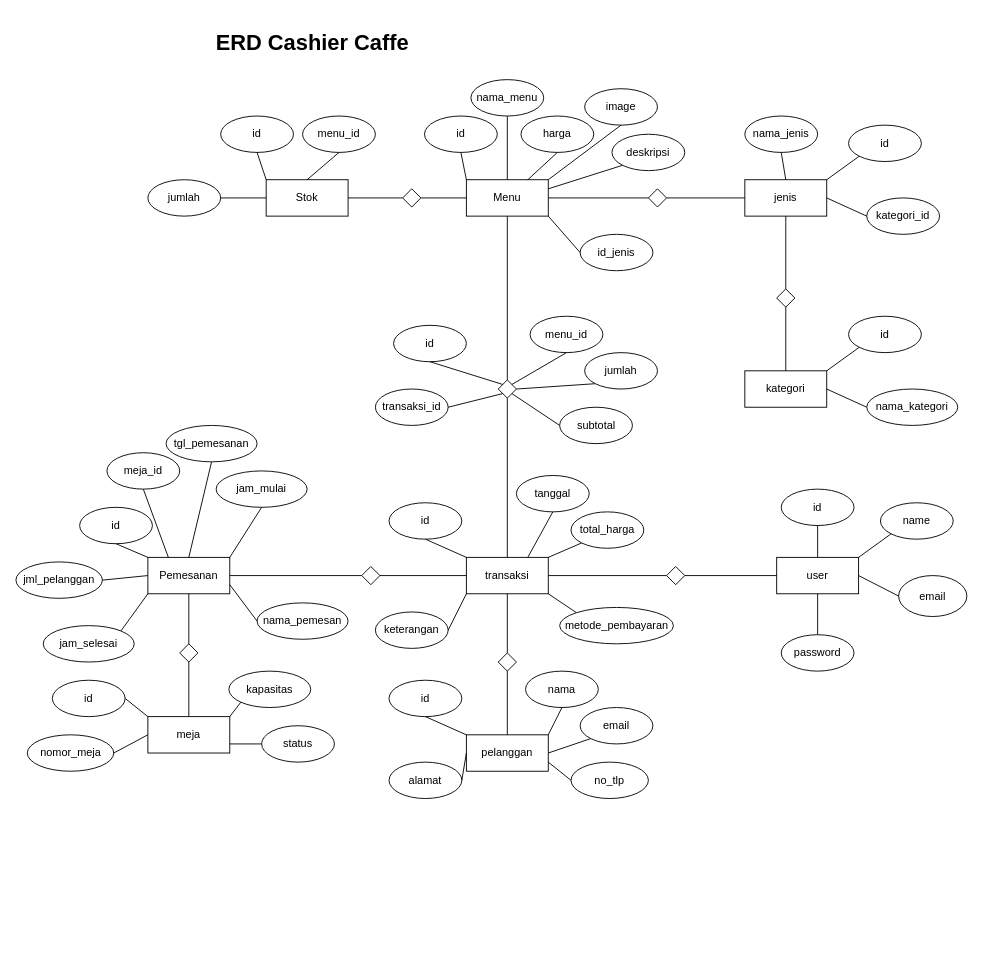
The draw.io diagram page "erd" (2 of 2) of usecase.drawio in annrdhjn/drawio, before the edit. Source tidied: cells renumbered, new cells numbered last; positions are measured from the earlier drawing's top-left corner, leaving out a move shared by most shapes. Both pictures are drawn from the tidied source at 91%, with x=0, y=0 at pixel (15, 25).
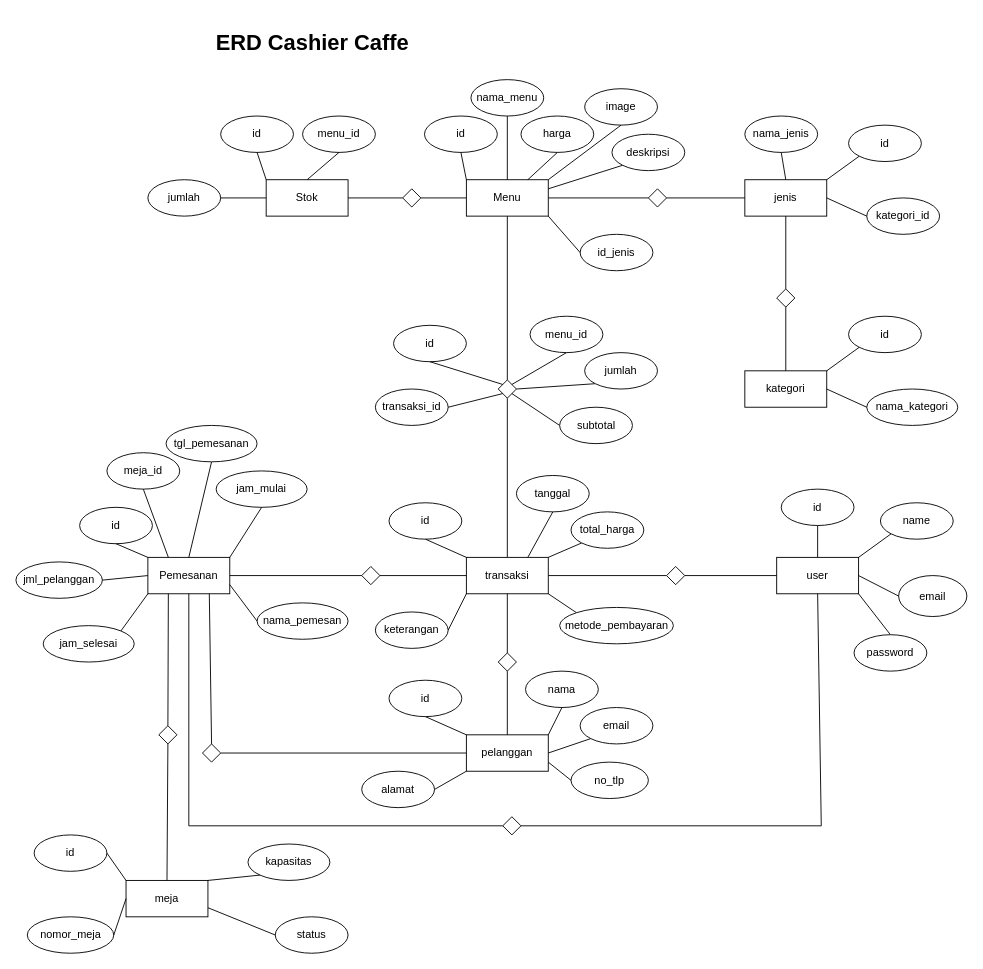
The same page after the edit.

Unchanged cells that the change refers to:
```xml
<mxCell id="44" value="Pemesanan" style="html=1;whiteSpace=wrap;" parent="1" vertex="1">
  <mxGeometry x="145" y="585" width="90" height="40" as="geometry" />
</mxCell>
<mxCell id="97" value="pelanggan" style="html=1;whiteSpace=wrap;" parent="1" vertex="1">
  <mxGeometry x="495" y="780" width="90" height="40" as="geometry" />
</mxCell>
<mxCell id="112" value="user" style="html=1;whiteSpace=wrap;" parent="1" vertex="1">
  <mxGeometry x="836" y="585" width="90" height="40" as="geometry" />
</mxCell>
```

What changed in the source:
```diff
@@
-    <mxCell id="59" style="endArrow=none;html=1;rounded=0;exitX=0.5;exitY=0;exitDx=0;exitDy=0;entryX=0.5;entryY=1;entryDx=0;entryDy=0;" parent="1" edge="1" source="60" target="44">
+    <mxCell id="59" style="endArrow=none;html=1;rounded=0;exitX=0.5;exitY=0;exitDx=0;exitDy=0;entryX=0.25;entryY=1;entryDx=0;entryDy=0;" parent="1" edge="1" source="60" target="44">
       <mxGeometry relative="1" as="geometry" />
     </mxCell>
     <mxCell id="60" style="rhombus;" parent="1" vertex="1">
-      <mxGeometry x="180" y="680" width="20" height="20" as="geometry" />
+      <mxGeometry x="157" y="770" width="20" height="20" as="geometry" />
     </mxCell>
     <mxCell id="61" value="meja" style="html=1;whiteSpace=wrap;" parent="1" vertex="1">
-      <mxGeometry x="145" y="760" width="90" height="40" as="geometry" />
+      <mxGeometry x="121" y="940" width="90" height="40" as="geometry" />
     </mxCell>
     <mxCell id="62" value="id" style="ellipse;whiteSpace=wrap;html=1;" parent="1" vertex="1">
-      <mxGeometry x="40" y="720" width="80" height="40" as="geometry" />
+      <mxGeometry x="20" y="890" width="80" height="40" as="geometry" />
     </mxCell>
     <mxCell id="63" value="nomor_meja" style="ellipse;whiteSpace=wrap;html=1;" parent="1" vertex="1">
-      <mxGeometry x="12.5" y="780" width="95" height="40" as="geometry" />
+      <mxGeometry x="12.5" y="980" width="95" height="40" as="geometry" />
     </mxCell>
@@
     <mxCell id="67" value="kapasitas" style="ellipse;whiteSpace=wrap;html=1;" parent="1" vertex="1">
-      <mxGeometry x="234" y="710" width="90" height="40" as="geometry" />
+      <mxGeometry x="255" y="900" width="90" height="40" as="geometry" />
     </mxCell>
@@
     <mxCell id="70" value="status" style="ellipse;whiteSpace=wrap;html=1;" parent="1" vertex="1">
-      <mxGeometry x="270" y="770" width="80" height="40" as="geometry" />
+      <mxGeometry x="285" y="980" width="80" height="40" as="geometry" />
     </mxCell>
@@
     <mxCell id="100" value="alamat" style="ellipse;whiteSpace=wrap;html=1;" parent="1" vertex="1">
-      <mxGeometry x="410" y="810" width="80" height="40" as="geometry" />
+      <mxGeometry x="380" y="820" width="80" height="40" as="geometry" />
     </mxCell>
@@
-    <mxCell id="103" style="endArrow=none;html=1;rounded=0;exitX=0;exitY=0.5;exitDx=0;exitDy=0;entryX=1;entryY=0.5;entryDx=0;entryDy=0;" parent="1" edge="1" source="97" target="100">
+    <mxCell id="103" style="endArrow=none;html=1;rounded=0;exitX=0;exitY=1;exitDx=0;exitDy=0;entryX=1;entryY=0.5;entryDx=0;entryDy=0;" parent="1" edge="1" source="97" target="100">
       <mxGeometry relative="1" as="geometry" />
     </mxCell>
@@
-    <mxCell id="120" style="endArrow=none;html=1;rounded=0;exitX=0.5;exitY=0;exitDx=0;exitDy=0;entryX=0.5;entryY=1;entryDx=0;entryDy=0;" parent="1" edge="1" source="121" target="112">
+    <mxCell id="120" style="endArrow=none;html=1;rounded=0;exitX=0.5;exitY=0;exitDx=0;exitDy=0;entryX=1;entryY=1;entryDx=0;entryDy=0;" parent="1" edge="1" source="121" target="112">
       <mxGeometry relative="1" as="geometry" />
     </mxCell>
     <mxCell id="121" value="password" style="ellipse;whiteSpace=wrap;html=1;" parent="1" vertex="1">
-      <mxGeometry x="841" y="670" width="80" height="40" as="geometry" />
+      <mxGeometry x="921" y="670" width="80" height="40" as="geometry" />
     </mxCell>
@@
+    <mxCell id="124" style="endArrow=none;html=1;rounded=0;entryX=0.5;entryY=1;entryDx=0;entryDy=0;exitX=0;exitY=0.5;exitDx=0;exitDy=0;" parent="1" edge="1" source="129" target="44">
+      <mxGeometry relative="1" as="geometry">
+        <Array as="points">
+          <mxPoint x="190" y="880" />
+        </Array>
+      </mxGeometry>
+    </mxCell>
+    <mxCell id="125" style="endArrow=none;html=1;rounded=0;entryX=0.75;entryY=1;entryDx=0;entryDy=0;exitX=0.5;exitY=0;exitDx=0;exitDy=0;" parent="1" edge="1" source="127" target="44">
+      <mxGeometry relative="1" as="geometry" />
+    </mxCell>
+    <mxCell id="126" style="endArrow=none;html=1;rounded=0;entryX=1;entryY=0.5;entryDx=0;entryDy=0;exitX=0;exitY=0.5;exitDx=0;exitDy=0;" parent="1" edge="1" source="97" target="127">
+      <mxGeometry relative="1" as="geometry" />
+    </mxCell>
+    <mxCell id="127" style="rhombus;" parent="1" vertex="1">
+      <mxGeometry x="205" y="790" width="20" height="20" as="geometry" />
+    </mxCell>
+    <mxCell id="128" style="endArrow=none;html=1;rounded=0;entryX=1;entryY=0.5;entryDx=0;entryDy=0;exitX=0.5;exitY=1;exitDx=0;exitDy=0;" parent="1" edge="1" source="112" target="129">
+      <mxGeometry relative="1" as="geometry">
+        <Array as="points">
+          <mxPoint x="885" y="880" />
+        </Array>
+      </mxGeometry>
+    </mxCell>
+    <mxCell id="129" style="rhombus;" parent="1" vertex="1">
+      <mxGeometry x="535" y="870" width="20" height="20" as="geometry" />
+    </mxCell>
```
